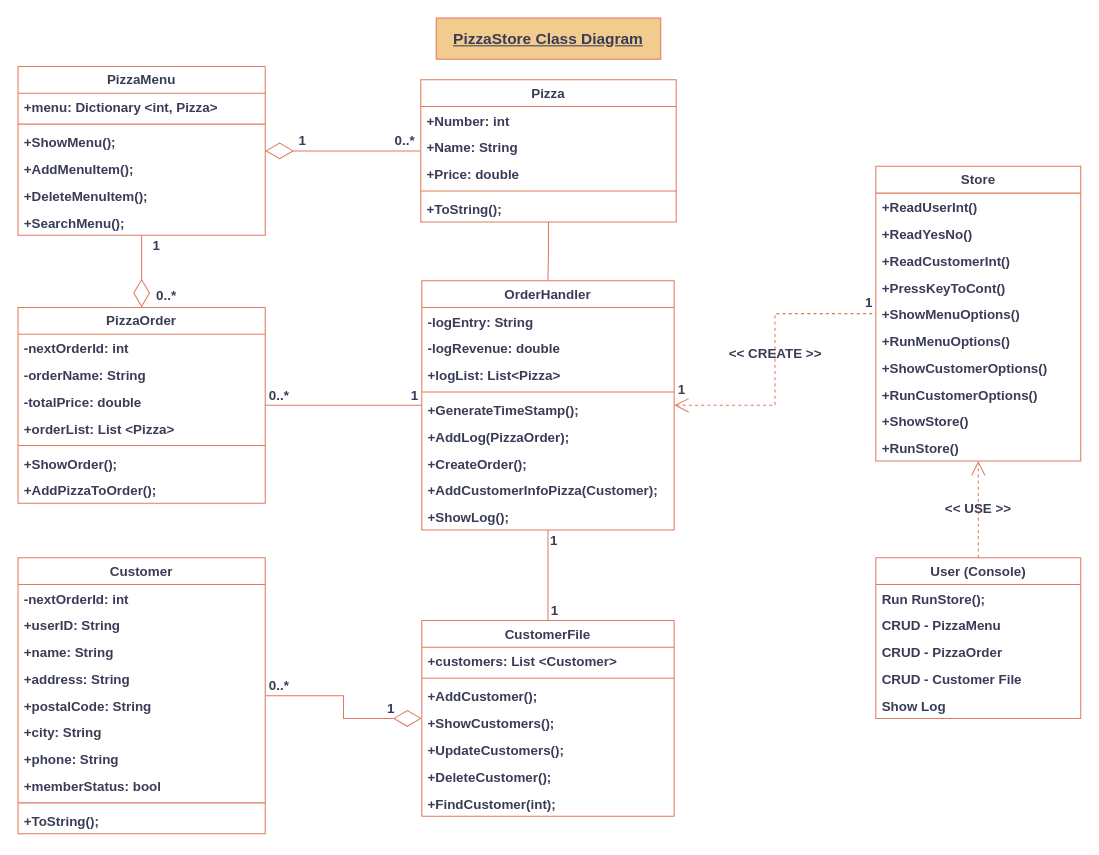
This is PizzaStoreClassDiagram.drawio from Cal-ly/PizzaStore, a draw.io file, before an edit. Source tidied: cells renumbered, new cells numbered last; positions are measured from the earlier drawing's top-left corner, leaving out a move shared by most shapes. Both pictures are drawn from the tidied source at 103%, with x=0, y=0 at pixel (18, 18).
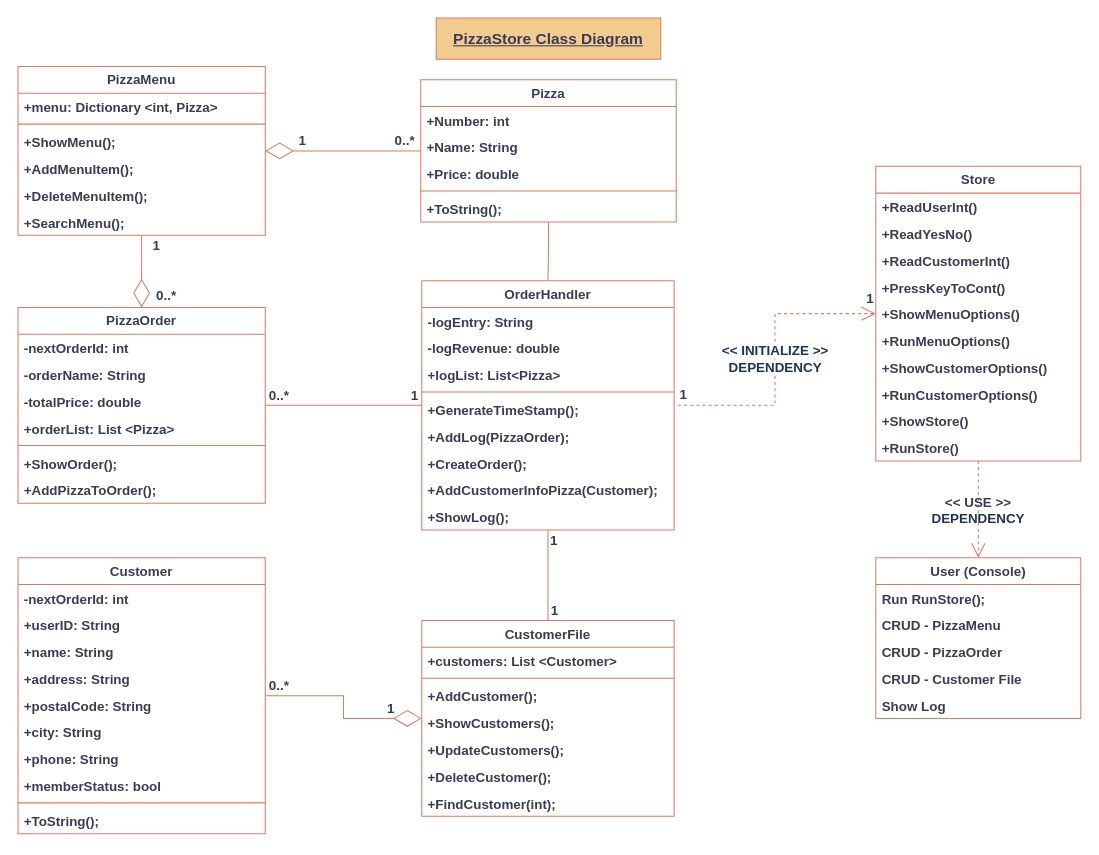
The same diagram, later.

The change refers to these unchanged cells:
```xml
<mxCell id="9" value="User (Console)" style="swimlane;fontStyle=1;horizontal=1;startSize=26;fillColor=none;whiteSpace=wrap;html=1;fontSize=13;spacing=2;rounded=0;labelBackgroundColor=none;strokeColor=#E07A5F;fontColor=#393C56;" parent="1" vertex="1">
  <mxGeometry x="832.8" y="524" width="199" height="156" as="geometry" />
</mxCell>
<mxCell id="23" value="Store" style="swimlane;fontStyle=1;horizontal=1;startSize=26;fillColor=none;whiteSpace=wrap;html=1;fontSize=13;spacing=2;rounded=0;labelBackgroundColor=none;strokeColor=#E07A5F;fontColor=#393C56;" parent="1" vertex="1">
  <mxGeometry x="832.8" y="144" width="199" height="286" as="geometry" />
</mxCell>
<mxCell id="81" value="OrderHandler" style="swimlane;fontStyle=1;horizontal=1;startSize=26;fillColor=none;whiteSpace=wrap;html=1;fontSize=13;spacing=2;labelBackgroundColor=none;strokeColor=#E07A5F;fontColor=#393C56;" parent="1" vertex="1">
  <mxGeometry x="392" y="255" width="245" height="242" as="geometry" />
</mxCell>
```

The edit, as a diff of the source:
```diff
@@
-    <mxCell id="69" style="endArrow=open;endSize=12;dashed=1;html=1;rounded=0;fontSize=13;labelBackgroundColor=none;strokeColor=#E07A5F;fontColor=default;fontStyle=1;" parent="1" edge="1" source="9" target="23">
+    <mxCell id="69" style="endArrow=open;endSize=12;dashed=1;html=1;rounded=0;fontSize=13;labelBackgroundColor=none;strokeColor=#E07A5F;fontColor=default;fontStyle=1;" parent="1" edge="1" source="23" target="9">
       <mxGeometry x="-0.01" relative="1" as="geometry" />
     </mxCell>
@@
-    <mxCell id="73" style="endArrow=none;html=1;edgeStyle=orthogonalEdgeStyle;rounded=0;fontSize=13;startArrow=open;startFill=0;endSize=9;startSize=12;dashed=1;labelBackgroundColor=none;strokeColor=#E07A5F;fontColor=default;fontStyle=1;" parent="1" edge="1" source="81" target="23">
+    <mxCell id="73" style="endArrow=none;html=1;edgeStyle=orthogonalEdgeStyle;rounded=0;fontSize=13;startArrow=open;startFill=0;endSize=9;startSize=12;dashed=1;labelBackgroundColor=none;strokeColor=#E07A5F;fontColor=default;fontStyle=1;" parent="1" edge="1" source="23" target="81">
       <mxGeometry relative="1" as="geometry" />
     </mxCell>
     <mxCell id="74" value="1" style="edgeLabel;html=1;align=left;verticalAlign=bottom;fontSize=13;rounded=0;labelBackgroundColor=none;fontColor=#393C56;fontStyle=1;" parent="73" vertex="1">
       <mxGeometry x="-1" relative="1" as="geometry">
-        <mxPoint x="2" y="-5" as="offset" />
+        <mxPoint x="-11" y="-5" as="offset" />
       </mxGeometry>
     </mxCell>
     <mxCell id="75" value="1" style="edgeLabel;html=1;align=right;verticalAlign=bottom;fontSize=13;rounded=0;labelBackgroundColor=none;fontColor=#393C56;fontStyle=1;" parent="73" vertex="1">
       <mxGeometry x="1" relative="1" as="geometry">
-        <mxPoint x="-3" y="-1" as="offset" />
+        <mxPoint x="13" y="-1" as="offset" />
       </mxGeometry>
     </mxCell>
-    <mxCell id="76" value="&lt;span style=&quot;font-size: 13px;&quot;&gt;&lt;span style=&quot;font-size: 13px;&quot;&gt;&amp;lt;&amp;lt; CREATE &amp;gt;&amp;gt;&lt;/span&gt;&lt;/span&gt;" style="edgeLabel;html=1;align=center;verticalAlign=middle;rounded=0;labelBackgroundColor=none;fontColor=#393C56;fontStyle=1;fontSize=13;" parent="73" vertex="1">
+    <mxCell id="76" value="&#10;&lt;span style=&quot;color: rgb(29, 53, 87); font-family: Helvetica; font-size: 13px; font-style: normal; font-variant-ligatures: normal; font-variant-caps: normal; font-weight: 700; letter-spacing: normal; orphans: 2; text-align: center; text-indent: 0px; text-transform: none; widows: 2; word-spacing: 0px; -webkit-text-stroke-width: 0px; background-color: rgb(251, 251, 251); text-decoration-thickness: initial; text-decoration-style: initial; text-decoration-color: initial; float: none; display: inline !important;&quot;&gt;&amp;lt;&amp;lt; INITIALIZE &amp;gt;&amp;gt;&lt;/span&gt;&lt;br style=&quot;border-color: var(--border-color); color: rgb(29, 53, 87); font-family: Helvetica; font-size: 13px; font-style: normal; font-variant-ligatures: normal; font-variant-caps: normal; font-weight: 700; letter-spacing: normal; orphans: 2; text-align: center; text-indent: 0px; text-transform: none; widows: 2; word-spacing: 0px; -webkit-text-stroke-width: 0px; background-color: rgb(251, 251, 251); text-decoration-thickness: initial; text-decoration-style: initial; text-decoration-color: initial;&quot;&gt;&lt;span style=&quot;color: rgb(29, 53, 87); font-family: Helvetica; font-size: 13px; font-style: normal; font-variant-ligatures: normal; font-variant-caps: normal; font-weight: 700; letter-spacing: normal; orphans: 2; text-align: center; text-indent: 0px; text-transform: none; widows: 2; word-spacing: 0px; -webkit-text-stroke-width: 0px; background-color: rgb(251, 251, 251); text-decoration-thickness: initial; text-decoration-style: initial; text-decoration-color: initial; float: none; display: inline !important;&quot;&gt;DEPENDENCY&lt;/span&gt;&#10;&#10;" style="edgeLabel;html=1;align=center;verticalAlign=middle;rounded=0;labelBackgroundColor=none;fontColor=#393C56;fontStyle=1;fontSize=13;" parent="73" vertex="1">
       <mxGeometry x="-0.03" relative="1" as="geometry">
-        <mxPoint y="-10" as="offset" />
+        <mxPoint y="11" as="offset" />
       </mxGeometry>
     </mxCell>
@@
-    <mxCell id="80" value="&lt;span style=&quot;font-size: 13px;&quot;&gt;&lt;span style=&quot;font-size: 13px;&quot;&gt;&amp;lt;&amp;lt; USE &amp;gt;&amp;gt;&lt;/span&gt;&lt;/span&gt;" style="edgeLabel;html=1;align=center;verticalAlign=middle;rounded=0;labelBackgroundColor=none;fontColor=#393C56;fontStyle=1;fontSize=13;" parent="1" vertex="1">
-      <mxGeometry x="937.8" y="477" as="geometry">
-        <mxPoint x="-6" y="-2" as="offset" />
+    <mxCell id="80" value="&amp;lt;&amp;lt; USE &amp;gt;&amp;gt;&lt;br style=&quot;border-color: var(--border-color); color: rgb(29, 53, 87);&quot;&gt;&lt;span style=&quot;color: rgb(29, 53, 87);&quot;&gt;DEPENDENCY&lt;/span&gt;" style="edgeLabel;html=1;align=center;verticalAlign=middle;rounded=0;labelBackgroundColor=none;fontColor=#393C56;fontStyle=1;fontSize=13;" parent="1" vertex="1">
+      <mxGeometry x="939.8" y="477" as="geometry">
+        <mxPoint x="-8" as="offset" />
       </mxGeometry>
     </mxCell>
```
